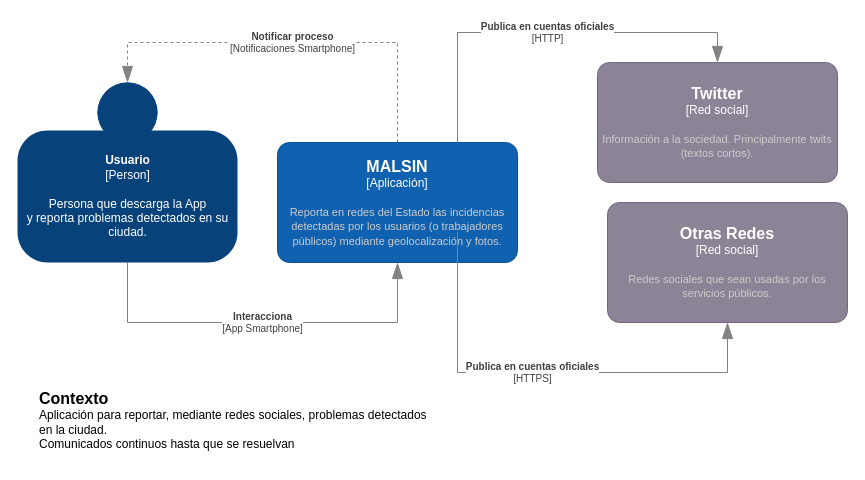
The draw.io diagram page "Contexto" (1 of 2) of modeloC4MALSIN.drawio in bgtiban/malsin-documentation, before the edit. Source tidied: cells renumbered, new cells numbered last; positions are measured from the earlier drawing's top-left corner, leaving out a move shared by most shapes. Both pictures are drawn from the tidied source at 100%, with x=0, y=0 at pixel (17, 32).
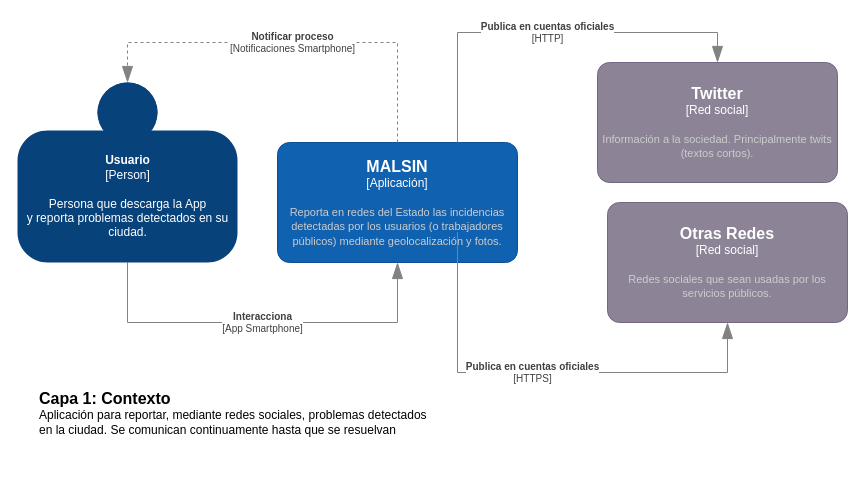
After the change.

Change to the diagram source:
```diff
@@
-    <object id="10" label="&lt;font style=&quot;font-size: 16px&quot;&gt;&lt;b&gt;&lt;div style=&quot;text-align: left&quot;&gt;%c4Name%&lt;/div&gt;&lt;/b&gt;&lt;/font&gt;&lt;div style=&quot;text-align: left&quot;&gt;%c4Description%&lt;/div&gt;" c4Description="Aplicación para reportar, mediante redes sociales, problemas detectados en la ciudad.&#10;Comunicados continuos hasta que se resuelvan" c4Name="Contexto" placeholders="1">
+    <object id="10" label="&lt;font style=&quot;font-size: 16px&quot;&gt;&lt;b&gt;&lt;div style=&quot;text-align: left&quot;&gt;%c4Name%&lt;/div&gt;&lt;/b&gt;&lt;/font&gt;&lt;div style=&quot;text-align: left&quot;&gt;%c4Description%&lt;/div&gt;" c4Description="Aplicación para reportar, mediante redes sociales, problemas detectados en la ciudad. Se comunican continuamente hasta que se resuelvan" c4Name="Capa 1: Contexto" placeholders="1">
       <mxCell style="text;html=1;strokeColor=none;fillColor=none;align=left;verticalAlign=top;whiteSpace=wrap;rounded=0;" parent="1" vertex="1">
         <mxGeometry x="20" y="350" width="390" height="80" as="geometry" />
       </mxCell>
     </object>
```
